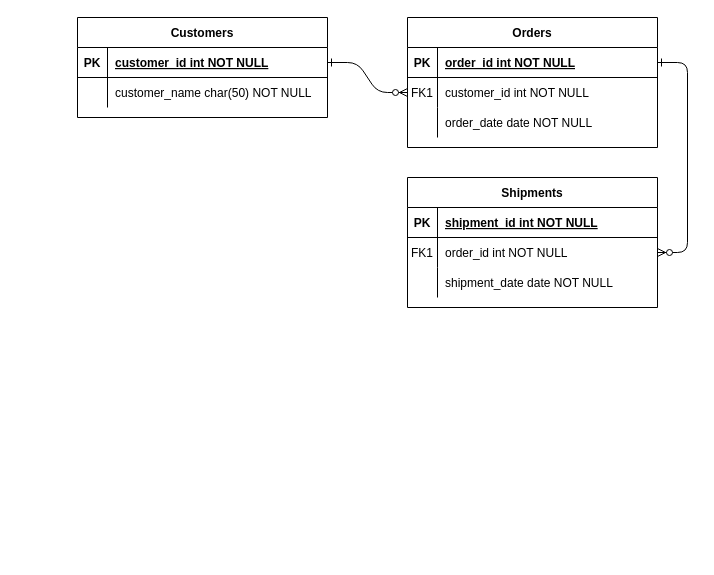
Earlier version of the draw.io diagram aliena-test.drawio (williamthewill/alinea-test-back-end). Source tidied: cells renumbered, new cells numbered last; positions are measured from the earlier drawing's top-left corner, leaving out a move shared by most shapes. Both pictures are drawn from the tidied source at 100%, with x=0, y=0 at pixel (77, 17).
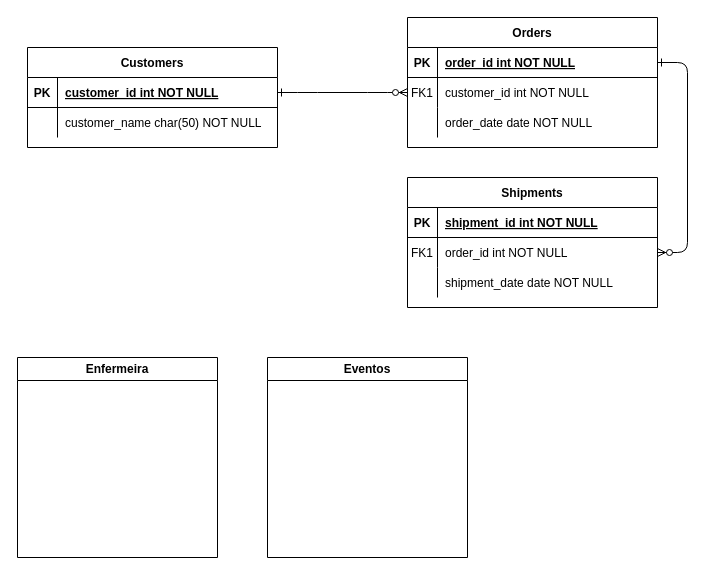
The same diagram, later.

What changed in the source:
```diff
@@
     <mxCell id="24" value="Customers" style="shape=table;startSize=30;childLayout=tableLayout;rowLines=0;fontStyle=1;align=center;" parent="1" vertex="1">
-      <mxGeometry width="250" height="100" as="geometry" />
+      <mxGeometry x="-50" y="30" width="250" height="100" as="geometry" />
     </mxCell>
@@
+    <mxCell id="31" value="&lt;div&gt;Enfermeira&lt;/div&gt;" style="swimlane;whiteSpace=wrap;html=1;" parent="1" vertex="1">
+      <mxGeometry x="-60" y="340" width="200" height="200" as="geometry" />
+    </mxCell>
+    <mxCell id="32" value="&lt;div&gt;Eventos&lt;/div&gt;" style="swimlane;whiteSpace=wrap;html=1;" parent="1" vertex="1">
+      <mxGeometry x="190" y="340" width="200" height="200" as="geometry" />
+    </mxCell>
```
